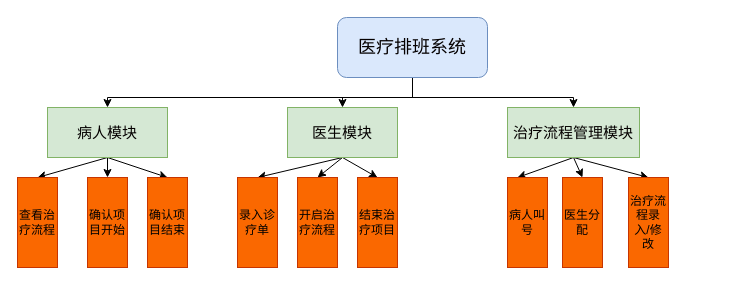
Before: 功能结构图.drawio in Blouse-Quin/Time-Allocation-Platform, a draw.io diagram. Source tidied: cells renumbered, new cells numbered last; positions are measured from the earlier drawing's top-left corner, leaving out a move shared by most shapes. Both pictures are drawn from the tidied source at 100%, with x=0, y=0 at pixel (17, 17).
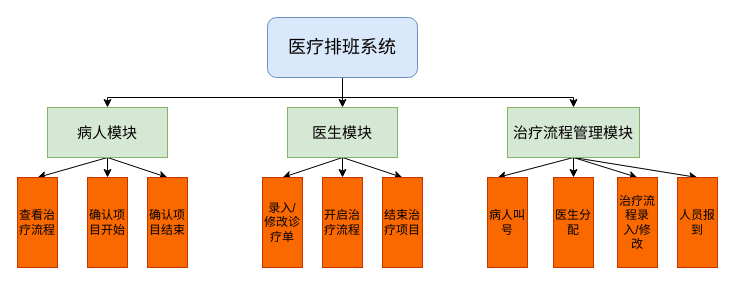
After the change.

Unchanged cells that the change refers to:
```xml
<mxCell id="9" value="&lt;span style=&quot;font-size: 15px;&quot;&gt;病人模块&lt;/span&gt;" style="rounded=0;whiteSpace=wrap;html=1;fillColor=#d5e8d4;strokeColor=#82b366;direction=south;fontColor=#050000;" parent="1" vertex="1">
  <mxGeometry x="30" y="90" width="120" height="50" as="geometry" />
</mxCell>
<mxCell id="13" value="&lt;span style=&quot;font-size: 15px;&quot;&gt;医生模块&lt;/span&gt;" style="rounded=0;whiteSpace=wrap;html=1;fillColor=#d5e8d4;strokeColor=#82b366;direction=south;fontColor=#050000;" parent="1" vertex="1">
  <mxGeometry x="270" y="90" width="110" height="50" as="geometry" />
</mxCell>
<mxCell id="17" value="&lt;span style=&quot;font-size: 15px;&quot;&gt;治疗流程管理模块&lt;/span&gt;" style="rounded=0;whiteSpace=wrap;html=1;fillColor=#d5e8d4;strokeColor=#82b366;direction=south;fontColor=#050000;" parent="1" vertex="1">
  <mxGeometry x="490" y="90" width="132" height="50" as="geometry" />
</mxCell>
```

What changed in the source:
```diff
@@
     <mxCell id="2" style="edgeStyle=orthogonalEdgeStyle;rounded=0;jettySize=auto;html=1;exitX=1;exitY=0.5;exitDx=0;exitDy=0;entryX=0;entryY=0.5;entryDx=0;entryDy=0;curved=0;fontColor=#050000;" parent="1" edge="1" source="5" target="9">
       <mxGeometry relative="1" as="geometry">
         <Array as="points">
-          <mxPoint x="395" y="80" />
+          <mxPoint x="325" y="80" />
           <mxPoint x="90" y="80" />
         </Array>
       </mxGeometry>
     </mxCell>
     <mxCell id="3" style="edgeStyle=orthogonalEdgeStyle;rounded=0;jettySize=auto;html=1;exitX=1;exitY=0.5;exitDx=0;exitDy=0;entryX=0;entryY=0.5;entryDx=0;entryDy=0;curved=0;fontColor=#050000;" parent="1" edge="1" source="5" target="13">
       <mxGeometry relative="1" as="geometry">
         <Array as="points">
-          <mxPoint x="395" y="80" />
+          <mxPoint x="325" y="80" />
           <mxPoint x="325" y="80" />
         </Array>
       </mxGeometry>
     </mxCell>
     <mxCell id="4" style="edgeStyle=orthogonalEdgeStyle;rounded=0;jettySize=auto;html=1;exitX=1;exitY=0.5;exitDx=0;exitDy=0;entryX=0;entryY=0.5;entryDx=0;entryDy=0;curved=0;fontColor=#050000;" parent="1" edge="1" source="5" target="17">
       <mxGeometry relative="1" as="geometry">
         <Array as="points">
-          <mxPoint x="395" y="80" />
+          <mxPoint x="325" y="80" />
           <mxPoint x="556" y="80" />
         </Array>
       </mxGeometry>
     </mxCell>
     <mxCell id="5" value="&lt;font style=&quot;font-size: 18px;&quot;&gt;医疗排班系统&lt;/font&gt;" style="rounded=1;whiteSpace=wrap;html=1;fillColor=#dae8fc;strokeColor=#6c8ebf;direction=south;fontColor=#050000;" parent="1" vertex="1">
-      <mxGeometry x="320" width="150" height="60" as="geometry" />
+      <mxGeometry x="250" width="150" height="60" as="geometry" />
     </mxCell>
@@
+    <mxCell id="27" style="edgeStyle=none;html=1;exitX=1;exitY=0.5;exitDx=0;exitDy=0;entryX=0.5;entryY=0;entryDx=0;entryDy=0;" parent="1" edge="1" source="17" target="28">
+      <mxGeometry relative="1" as="geometry" />
+    </mxCell>
@@
-    <mxCell id="21" value="录入诊疗单" style="rounded=0;whiteSpace=wrap;html=1;fontColor=#000000;rotation=0;fillColor=#fa6800;strokeColor=#C73500;" parent="1" vertex="1">
-      <mxGeometry x="220" y="160" width="40" height="90" as="geometry" />
+    <mxCell id="21" value="录入/修改诊疗单" style="rounded=0;whiteSpace=wrap;html=1;fontColor=#000000;rotation=0;fillColor=#fa6800;strokeColor=#C73500;" parent="1" vertex="1">
+      <mxGeometry x="245" y="160" width="40" height="90" as="geometry" />
     </mxCell>
     <mxCell id="22" value="开启治疗流程" style="rounded=0;whiteSpace=wrap;html=1;fontColor=#000000;rotation=0;fillColor=#fa6800;strokeColor=#C73500;" parent="1" vertex="1">
-      <mxGeometry x="280" y="160" width="40" height="90" as="geometry" />
+      <mxGeometry x="305" y="160" width="40" height="90" as="geometry" />
     </mxCell>
     <mxCell id="23" value="病人叫号" style="rounded=0;whiteSpace=wrap;html=1;fontColor=#000000;rotation=0;fillColor=#fa6800;strokeColor=#C73500;" parent="1" vertex="1">
-      <mxGeometry x="490" y="160" width="40" height="90" as="geometry" />
+      <mxGeometry x="470" y="160" width="40" height="90" as="geometry" />
     </mxCell>
     <mxCell id="24" value="治疗流程录入/修改" style="rounded=0;whiteSpace=wrap;html=1;fontColor=#000000;rotation=0;fillColor=#fa6800;strokeColor=#C73500;" parent="1" vertex="1">
-      <mxGeometry x="611" y="160" width="40" height="90" as="geometry" />
+      <mxGeometry x="600" y="160" width="40" height="90" as="geometry" />
     </mxCell>
     <mxCell id="25" value="医生分配" style="rounded=0;whiteSpace=wrap;html=1;fontColor=#000000;rotation=0;fillColor=#fa6800;strokeColor=#C73500;" parent="1" vertex="1">
-      <mxGeometry x="545" y="160" width="40" height="90" as="geometry" />
+      <mxGeometry x="536" y="160" width="40" height="90" as="geometry" />
     </mxCell>
     <mxCell id="26" value="结束治疗项目" style="rounded=0;whiteSpace=wrap;html=1;fontColor=#000000;rotation=0;fillColor=#fa6800;strokeColor=#C73500;" parent="1" vertex="1">
-      <mxGeometry x="340" y="160" width="40" height="90" as="geometry" />
+      <mxGeometry x="365" y="160" width="40" height="90" as="geometry" />
     </mxCell>
+    <mxCell id="28" value="人员报到" style="rounded=0;whiteSpace=wrap;html=1;fontColor=#000000;rotation=0;fillColor=#fa6800;strokeColor=#C73500;" parent="1" vertex="1">
+      <mxGeometry x="660" y="160" width="40" height="90" as="geometry" />
+    </mxCell>
```
